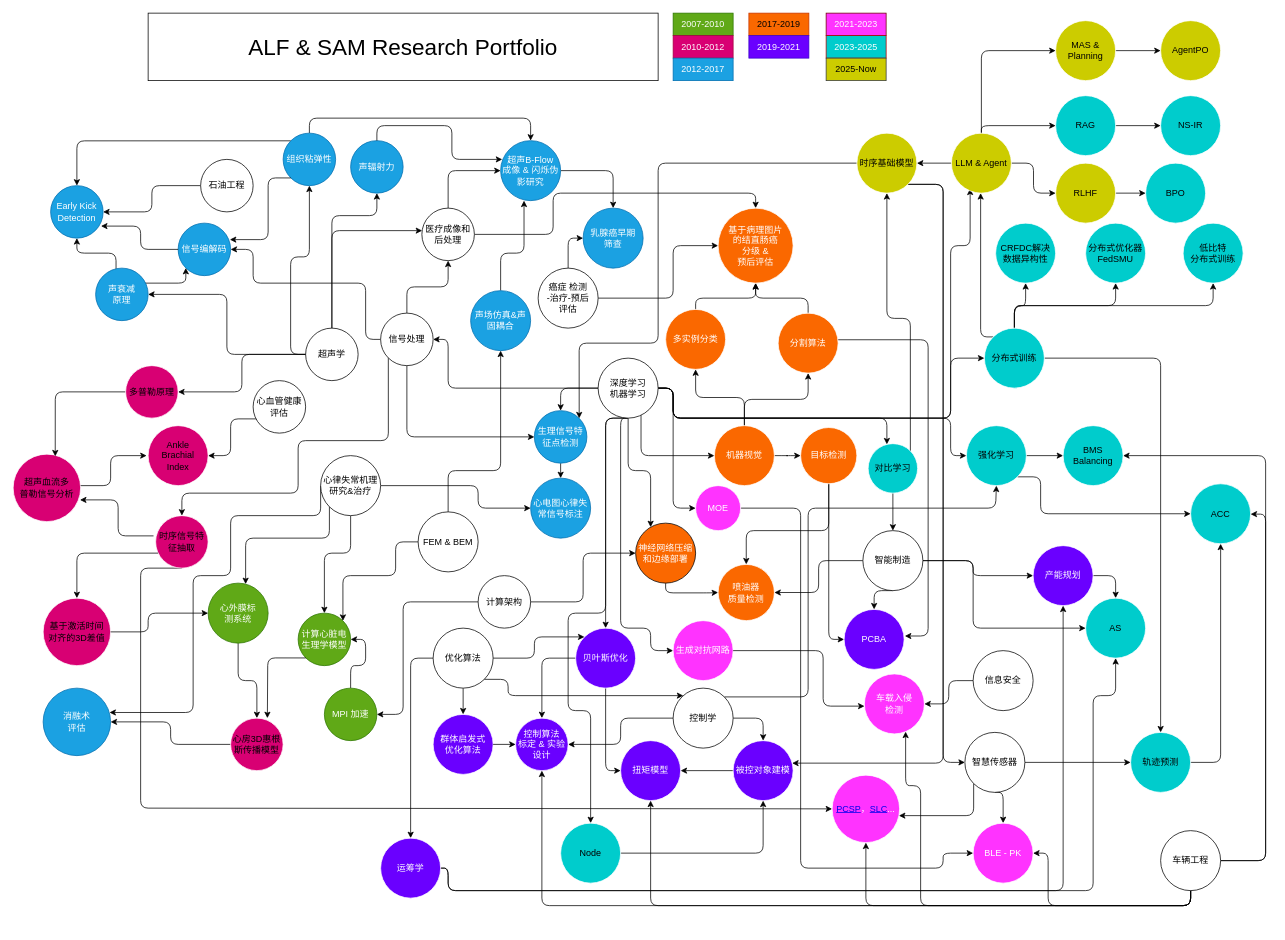
Earlier version of the draw.io diagram doc/study.drawio (alfredlu/alfredlu.github.io). Source tidied: cells renumbered, new cells numbered last; positions are measured from the earlier drawing's top-left corner, leaving out a move shared by most shapes. Both pictures are drawn from the tidied source at 75%, with x=0, y=0 at pixel (13, 13).
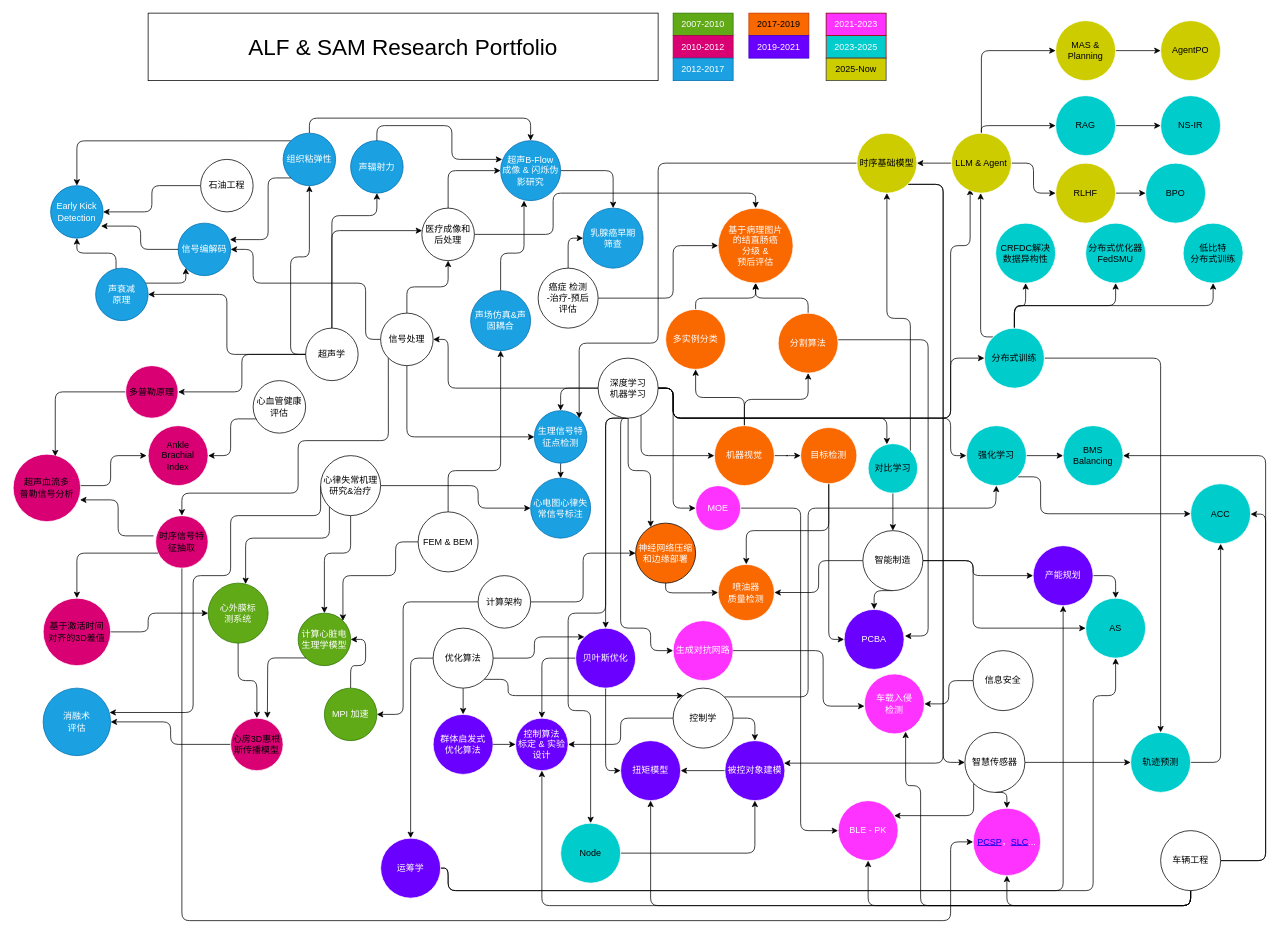
Above is the later version.

Unchanged cells that the change refers to:
```xml
<mxCell id="23" value="时序信号特征抽取" style="ellipse;whiteSpace=wrap;html=1;fillColor=light-dark(#D80073,#00FF80);strokeColor=light-dark(#FFFFFF,#FFFFFF);fontColor=light-dark(#000000,#000000);" parent="1" vertex="1">
  <mxGeometry x="190" y="670" width="70" height="70" as="geometry" />
</mxCell>
<mxCell id="140" value="&lt;font style=&quot;&quot;&gt;智慧传感器&lt;/font&gt;" style="ellipse;whiteSpace=wrap;html=1;fontColor=light-dark(#000000,#00FF80);fillColor=light-dark(#FFFFFF,#000000);" parent="1" vertex="1">
  <mxGeometry x="1269" y="959" width="80" height="80" as="geometry" />
</mxCell>
<mxCell id="143" value="&lt;font style=&quot;&quot;&gt;MOE&lt;/font&gt;" style="ellipse;whiteSpace=wrap;html=1;fillColor=#FF33FF;strokeColor=light-dark(#FFFFFF,#FFFFFF);fontColor=light-dark(#FFFFFF,#000000);" parent="1" vertex="1">
  <mxGeometry x="910" y="630" width="60" height="60" as="geometry" />
</mxCell>
<mxCell id="197" value="&lt;font style=&quot;&quot;&gt;车辆工程&lt;/font&gt;" style="ellipse;whiteSpace=wrap;html=1;fontColor=light-dark(#000000,#00FF80);fillColor=light-dark(#FFFFFF,#000000);" parent="1" vertex="1">
  <mxGeometry x="1530" y="1090" width="80" height="80" as="geometry" />
</mxCell>
```

What changed in the source:
```diff
@@
     <mxCell id="22" style="edgeStyle=orthogonalEdgeStyle;jettySize=auto;html=1;exitX=0.5;exitY=1;exitDx=0;exitDy=0;entryX=0;entryY=0.5;entryDx=0;entryDy=0;" parent="1" edge="1" source="23" target="136">
       <mxGeometry relative="1" as="geometry">
         <Array as="points">
-          <mxPoint x="170" y="740" />
-          <mxPoint x="170" y="1060" />
+          <mxPoint x="225" y="1210" />
+          <mxPoint x="1250" y="1210" />
+          <mxPoint x="1250" y="1105" />
         </Array>
       </mxGeometry>
     </mxCell>
@@
     <mxCell id="116" value="被控对象建模" style="ellipse;whiteSpace=wrap;html=1;fillColor=#6A00FF;fontColor=#FFFFFF;strokeColor=light-dark(#FFFFFF,#FFFFFF);" parent="1" vertex="1">
-      <mxGeometry x="960" y="970" width="80" height="80" as="geometry" />
+      <mxGeometry x="949" y="970" width="80" height="80" as="geometry" />
     </mxCell>
@@
     <mxCell id="136" value="&lt;a href=&quot;https://www.researchgate.net/publication/365687837_PCSPdianhuoceebaozhenjiancefangfayuzhuangzhi&quot;&gt;PCSP&lt;/a&gt;，&lt;a href=&quot;https://www.researchgate.net/publication/369692908_dianjiquanshutongjifangfa&quot;&gt;SLC&lt;/a&gt;..." style="ellipse;whiteSpace=wrap;html=1;fillColor=#FF33FF;strokeColor=light-dark(#FFFFFF,#FFFFFF);fontColor=#FFFFFF;" parent="1" vertex="1">
-      <mxGeometry x="1092" y="1016" width="90" height="90" as="geometry" />
+      <mxGeometry x="1280" y="1060" width="90" height="90" as="geometry" />
     </mxCell>
-    <mxCell id="137" style="edgeStyle=orthogonalEdgeStyle;jettySize=auto;html=1;exitX=0;exitY=1;exitDx=0;exitDy=0;strokeColor=light-dark(#000000,#808080);" parent="1" edge="1" source="140" target="136">
-      <mxGeometry relative="1" as="geometry">
-        <Array as="points">
-          <mxPoint x="1281" y="1070" />
-        </Array>
-      </mxGeometry>
-    </mxCell>
-    <mxCell id="138" style="edgeStyle=orthogonalEdgeStyle;jettySize=auto;html=1;exitX=0.5;exitY=1;exitDx=0;exitDy=0;entryX=0.5;entryY=0;entryDx=0;entryDy=0;strokeColor=light-dark(#000000,#808080);" parent="1" edge="1" source="140" target="141">
+    <mxCell id="138" style="edgeStyle=orthogonalEdgeStyle;jettySize=auto;html=1;exitX=0.5;exitY=1;exitDx=0;exitDy=0;entryX=0.5;entryY=0;entryDx=0;entryDy=0;strokeColor=light-dark(#000000,#808080);" parent="1" edge="1" source="140" target="136">
       <mxGeometry relative="1" as="geometry">
         <Array as="points">
-          <mxPoint x="1320" y="1039" />
+          <mxPoint x="1325" y="1039" />
         </Array>
       </mxGeometry>
     </mxCell>
@@
-    <mxCell id="141" value="BLE - PK" style="ellipse;whiteSpace=wrap;html=1;fillColor=#FF33FF;strokeColor=light-dark(#FFFFFF,#FFFFFF);fontColor=#FFFFFF;" parent="1" vertex="1">
-      <mxGeometry x="1280" y="1080" width="80" height="80" as="geometry" />
-    </mxCell>
     <mxCell id="142" style="edgeStyle=orthogonalEdgeStyle;jettySize=auto;html=1;exitX=1;exitY=0.5;exitDx=0;exitDy=0;entryX=0;entryY=0.5;entryDx=0;entryDy=0;" parent="1" edge="1" source="143" target="141">
       <mxGeometry relative="1" as="geometry">
         <Array as="points">
           <mxPoint x="1050" y="660" />
-          <mxPoint x="1050" y="1140" />
-          <mxPoint x="1240" y="1140" />
-          <mxPoint x="1240" y="1120" />
+          <mxPoint x="1050" y="1090" />
         </Array>
       </mxGeometry>
     </mxCell>
@@
-    <mxCell id="193" style="edgeStyle=orthogonalEdgeStyle;rounded=1;jettySize=auto;html=1;exitX=0.5;exitY=1;exitDx=0;exitDy=0;entryX=1;entryY=0.5;entryDx=0;entryDy=0;curved=0;strokeColor=light-dark(#000000,#808080);" parent="1" edge="1" source="197" target="141">
+    <mxCell id="193" style="edgeStyle=orthogonalEdgeStyle;rounded=1;jettySize=auto;html=1;exitX=0.5;exitY=1;exitDx=0;exitDy=0;entryX=0.5;entryY=1;entryDx=0;entryDy=0;curved=0;strokeColor=light-dark(#000000,#808080);" parent="1" edge="1" source="197" target="141">
       <mxGeometry relative="1" as="geometry">
         <Array as="points">
           <mxPoint x="1570" y="1190" />
-          <mxPoint x="1380" y="1190" />
-          <mxPoint x="1380" y="1120" />
+          <mxPoint x="1140" y="1190" />
         </Array>
       </mxGeometry>
     </mxCell>
@@
+    <mxCell id="202" style="edgeStyle=orthogonalEdgeStyle;jettySize=auto;html=1;exitX=0;exitY=1;exitDx=0;exitDy=0;strokeColor=light-dark(#000000,#808080);" parent="1" edge="1" source="140" target="141">
+      <mxGeometry relative="1" as="geometry">
+        <Array as="points">
+          <mxPoint x="1281" y="1070" />
+        </Array>
+      </mxGeometry>
+    </mxCell>
+    <mxCell id="141" value="BLE - PK" style="ellipse;whiteSpace=wrap;html=1;fillColor=#FF33FF;strokeColor=light-dark(#FFFFFF,#FFFFFF);fontColor=#FFFFFF;" parent="1" vertex="1">
+      <mxGeometry x="1100" y="1050" width="80" height="80" as="geometry" />
+    </mxCell>
```
